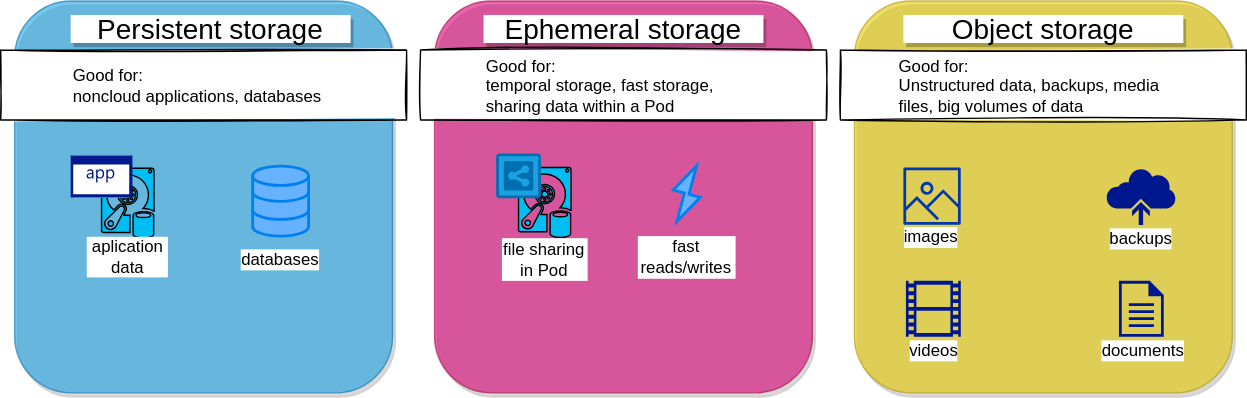
Before: docs/cloud/rahti/img/storage-options.drawio.svg, a diagram exported from draw.io (CSCfi/csc-user-guide). Source tidied: cells renumbered, new cells last; positions are measured from the earlier drawing's top-left corner, leaving out a move shared by most shapes.
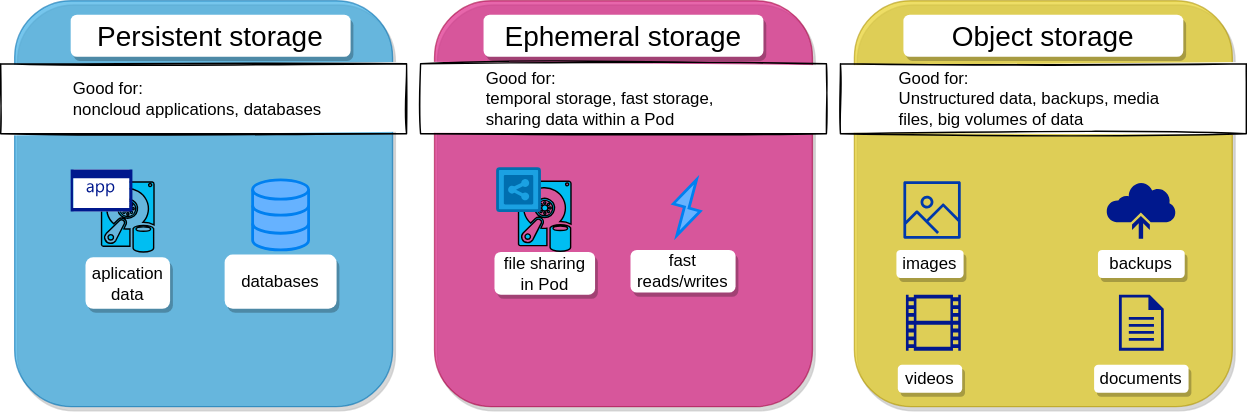
The same diagram one commit later.

Commit message:
Update the drawing to make it more readable, part 2

The edit, as a diff of the source:
```diff
@@ -3,27 +3,27 @@
     <mxCell id="0" />
     <mxCell id="1" parent="0" />
     <mxCell id="2" style="rounded=1;whiteSpace=wrap;html=1;sketch=0;fillColor=#1ba1e2;strokeColor=#006EAF;fontColor=#ffffff;opacity=60;shadow=1;" parent="1" vertex="1">
-      <mxGeometry x="10" width="270" height="280" as="geometry" />
+      <mxGeometry x="10" y="-10" width="270" height="290" as="geometry" />
     </mxCell>
     <mxCell id="3" style="rounded=1;whiteSpace=wrap;html=1;sketch=0;fillColor=#d80073;strokeColor=#A50040;fontColor=#ffffff;opacity=60;shadow=1;" parent="1" vertex="1">
-      <mxGeometry x="310" width="270" height="280" as="geometry" />
+      <mxGeometry x="310" y="-10" width="270" height="290" as="geometry" />
     </mxCell>
     <mxCell id="4" style="rounded=1;whiteSpace=wrap;html=1;sketch=0;fillColor=#e3c800;strokeColor=#B09500;fontColor=#000000;opacity=60;shadow=1;" parent="1" vertex="1">
-      <mxGeometry x="610" width="270" height="280" as="geometry" />
+      <mxGeometry x="610" y="-10" width="270" height="290" as="geometry" />
     </mxCell>
-    <mxCell id="5" value="&lt;font style=&quot;font-size: 20px&quot;&gt;Persistent storage&lt;/font&gt;" style="text;html=1;strokeColor=none;align=center;verticalAlign=middle;whiteSpace=wrap;rounded=0;sketch=0;labelBackgroundColor=none;fillColor=#ffffff;shadow=1;" parent="1" vertex="1">
-      <mxGeometry x="50" y="10" width="200" height="20" as="geometry" />
+    <mxCell id="5" value="&lt;font style=&quot;font-size: 20px&quot;&gt;Persistent storage&lt;/font&gt;" style="text;html=1;strokeColor=none;align=center;verticalAlign=middle;whiteSpace=wrap;rounded=1;sketch=0;labelBackgroundColor=none;fillColor=#ffffff;shadow=1;" parent="1" vertex="1">
+      <mxGeometry x="50" width="200" height="30" as="geometry" />
     </mxCell>
-    <mxCell id="6" value="&lt;font style=&quot;font-size: 20px&quot;&gt;Ephemeral storage&lt;/font&gt;" style="text;html=1;strokeColor=none;align=center;verticalAlign=middle;whiteSpace=wrap;rounded=0;sketch=0;labelBackgroundColor=none;fillColor=#ffffff;glass=0;shadow=1;" parent="1" vertex="1">
-      <mxGeometry x="345" y="10" width="200" height="20" as="geometry" />
+    <mxCell id="6" value="&lt;font style=&quot;font-size: 20px&quot;&gt;Ephemeral storage&lt;/font&gt;" style="text;html=1;strokeColor=none;align=center;verticalAlign=middle;whiteSpace=wrap;rounded=1;sketch=0;labelBackgroundColor=none;fillColor=#ffffff;glass=0;shadow=1;" parent="1" vertex="1">
+      <mxGeometry x="345" width="200" height="30" as="geometry" />
     </mxCell>
-    <mxCell id="7" value="&lt;font style=&quot;font-size: 20px&quot;&gt;Object storage&lt;/font&gt;" style="text;html=1;strokeColor=none;align=center;verticalAlign=middle;whiteSpace=wrap;rounded=0;sketch=0;labelBackgroundColor=none;fillColor=#ffffff;shadow=1;" parent="1" vertex="1">
-      <mxGeometry x="645" y="10" width="200" height="20" as="geometry" />
+    <mxCell id="7" value="&lt;font style=&quot;font-size: 20px&quot;&gt;Object storage&lt;/font&gt;" style="text;html=1;strokeColor=none;align=center;verticalAlign=middle;whiteSpace=wrap;rounded=1;sketch=0;labelBackgroundColor=none;fillColor=#ffffff;shadow=1;" parent="1" vertex="1">
+      <mxGeometry x="645" width="200" height="30" as="geometry" />
     </mxCell>
     <mxCell id="8" style="fontColor=#ffffff;strokeColor=#001DBC;dashed=0;verticalLabelPosition=bottom;verticalAlign=top;align=center;html=1;fontSize=12;fontStyle=0;shape=mxgraph.aws4.container_registry_image;fillColor=#0039AB;" parent="1" vertex="1">
       <mxGeometry x="645" y="119" width="41" height="41" as="geometry" />
     </mxCell>
-    <mxCell id="9" style="rounded=0;whiteSpace=wrap;html=1;labelBackgroundColor=none;sketch=1;" parent="1" vertex="1">
+    <mxCell id="9" style="rounded=0;whiteSpace=wrap;html=1;labelBackgroundColor=none;sketch=1;shadow=0;" parent="1" vertex="1">
       <mxGeometry x="600" y="35" width="290" height="50" as="geometry" />
     </mxCell>
     <mxCell id="10" value="Good for:&lt;br&gt;&amp;nbsp; Unstructured data, backups, media files, big volumes of data" style="text;html=1;strokeColor=none;align=left;verticalAlign=middle;whiteSpace=wrap;rounded=0;perimeterSpacing=1;labelBackgroundColor=none;spacingTop=1;" parent="1" vertex="1">
@@ -71,29 +71,29 @@
     <mxCell id="24" style="shadow=0;dashed=0;html=1;strokeColor=none;labelPosition=center;verticalLabelPosition=bottom;verticalAlign=top;align=center;fillColor=#00188D;shape=mxgraph.mscae.enterprise.application;labelBackgroundColor=none;sketch=0;" parent="1" vertex="1">
       <mxGeometry x="50" y="110.5" width="44.1" height="30" as="geometry" />
     </mxCell>
-    <mxCell id="25" value="backups" style="text;html=1;strokeColor=none;fillColor=none;align=center;verticalAlign=middle;whiteSpace=wrap;rounded=0;labelBackgroundColor=#ffffff;sketch=0;" parent="1" vertex="1">
-      <mxGeometry x="788" y="160" width="54" height="20" as="geometry" />
+    <mxCell id="25" value="backups" style="text;html=1;strokeColor=none;align=center;verticalAlign=middle;whiteSpace=wrap;rounded=1;labelBackgroundColor=none;sketch=0;fillColor=#ffffff;shadow=1;" parent="1" vertex="1">
+      <mxGeometry x="784" y="168" width="62" height="20" as="geometry" />
     </mxCell>
-    <mxCell id="26" value="images" style="text;html=1;strokeColor=none;fillColor=none;align=center;verticalAlign=middle;whiteSpace=wrap;rounded=0;labelBackgroundColor=#ffffff;sketch=0;" parent="1" vertex="1">
-      <mxGeometry x="642.8" y="158.7" width="44" height="20" as="geometry" />
+    <mxCell id="26" value="images" style="text;html=1;strokeColor=none;align=center;verticalAlign=middle;whiteSpace=wrap;rounded=1;labelBackgroundColor=none;sketch=0;shadow=1;fillColor=#ffffff;" parent="1" vertex="1">
+      <mxGeometry x="640" y="168" width="48" height="20" as="geometry" />
     </mxCell>
-    <mxCell id="27" value="videos" style="text;html=1;strokeColor=none;fillColor=none;align=center;verticalAlign=middle;whiteSpace=wrap;rounded=0;labelBackgroundColor=#ffffff;sketch=0;" parent="1" vertex="1">
-      <mxGeometry x="646.8" y="240" width="40" height="20" as="geometry" />
+    <mxCell id="27" value="videos" style="text;html=1;strokeColor=none;align=center;verticalAlign=middle;whiteSpace=wrap;rounded=1;labelBackgroundColor=none;sketch=0;fillColor=#ffffff;shadow=1;" parent="1" vertex="1">
+      <mxGeometry x="641" y="250" width="46" height="20" as="geometry" />
     </mxCell>
-    <mxCell id="28" value="documents" style="text;html=1;strokeColor=none;fillColor=none;align=center;verticalAlign=middle;whiteSpace=wrap;rounded=0;labelBackgroundColor=#ffffff;sketch=0;perimeterSpacing=0;spacing=1;" parent="1" vertex="1">
-      <mxGeometry x="783.5" y="240" width="65" height="20" as="geometry" />
+    <mxCell id="28" value="documents" style="text;html=1;strokeColor=none;align=center;verticalAlign=middle;whiteSpace=wrap;rounded=1;labelBackgroundColor=none;sketch=0;perimeterSpacing=0;spacing=1;shadow=1;fillColor=#ffffff;" parent="1" vertex="1">
+      <mxGeometry x="781.2" y="250" width="67.5" height="20" as="geometry" />
     </mxCell>
-    <mxCell id="29" value="fast reads/writes" style="text;html=1;strokeColor=none;align=center;verticalAlign=middle;whiteSpace=wrap;rounded=0;labelBackgroundColor=none;sketch=0;labelBorderColor=none;spacing=5;fillColor=#ffffff;" parent="1" vertex="1">
-      <mxGeometry x="455.2" y="168" width="69.8" height="30.5" as="geometry" />
+    <mxCell id="29" value="fast reads/writes" style="text;html=1;strokeColor=none;align=center;verticalAlign=middle;whiteSpace=wrap;rounded=1;labelBackgroundColor=none;sketch=0;labelBorderColor=none;spacing=5;fillColor=#ffffff;shadow=1;" parent="1" vertex="1">
+      <mxGeometry x="450" y="168" width="75.1" height="30.5" as="geometry" />
     </mxCell>
-    <mxCell id="30" value="file sharing in Pod" style="text;html=1;strokeColor=none;align=center;verticalAlign=middle;whiteSpace=wrap;rounded=0;labelBackgroundColor=none;sketch=0;fillColor=#ffffff;" parent="1" vertex="1">
-      <mxGeometry x="358.1" y="169.5" width="61.2" height="30.5" as="geometry" />
+    <mxCell id="30" value="file sharing in Pod" style="text;html=1;strokeColor=none;align=center;verticalAlign=middle;whiteSpace=wrap;rounded=1;labelBackgroundColor=none;sketch=0;fillColor=#ffffff;shadow=1;" parent="1" vertex="1">
+      <mxGeometry x="352.8" y="169.5" width="71.9" height="30.5" as="geometry" />
     </mxCell>
-    <mxCell id="31" value="aplication data" style="text;html=1;strokeColor=none;fillColor=none;align=center;verticalAlign=middle;whiteSpace=wrap;rounded=0;labelBackgroundColor=#ffffff;sketch=0;" parent="1" vertex="1">
-      <mxGeometry x="60.6" y="173.2" width="60.4" height="20" as="geometry" />
+    <mxCell id="31" value="aplication data" style="text;html=1;strokeColor=none;align=center;verticalAlign=middle;whiteSpace=wrap;rounded=1;labelBackgroundColor=none;sketch=0;fillColor=#ffffff;shadow=1;" parent="1" vertex="1">
+      <mxGeometry x="60.6" y="173.2" width="60.4" height="36.8" as="geometry" />
     </mxCell>
-    <mxCell id="32" value="databases" style="text;html=1;strokeColor=none;fillColor=none;align=center;verticalAlign=middle;whiteSpace=wrap;rounded=0;labelBackgroundColor=#ffffff;sketch=0;" parent="1" vertex="1">
-      <mxGeometry x="170" y="171.4" width="60" height="26.8" as="geometry" />
+    <mxCell id="32" value="databases" style="text;html=1;align=center;verticalAlign=middle;whiteSpace=wrap;rounded=1;labelBackgroundColor=#ffffff;sketch=0;fillColor=#ffffff;shadow=1;" parent="1" vertex="1">
+      <mxGeometry x="160" y="171.4" width="80" height="38.6" as="geometry" />
     </mxCell>
   </root>
 </mxGraphModel>
```
